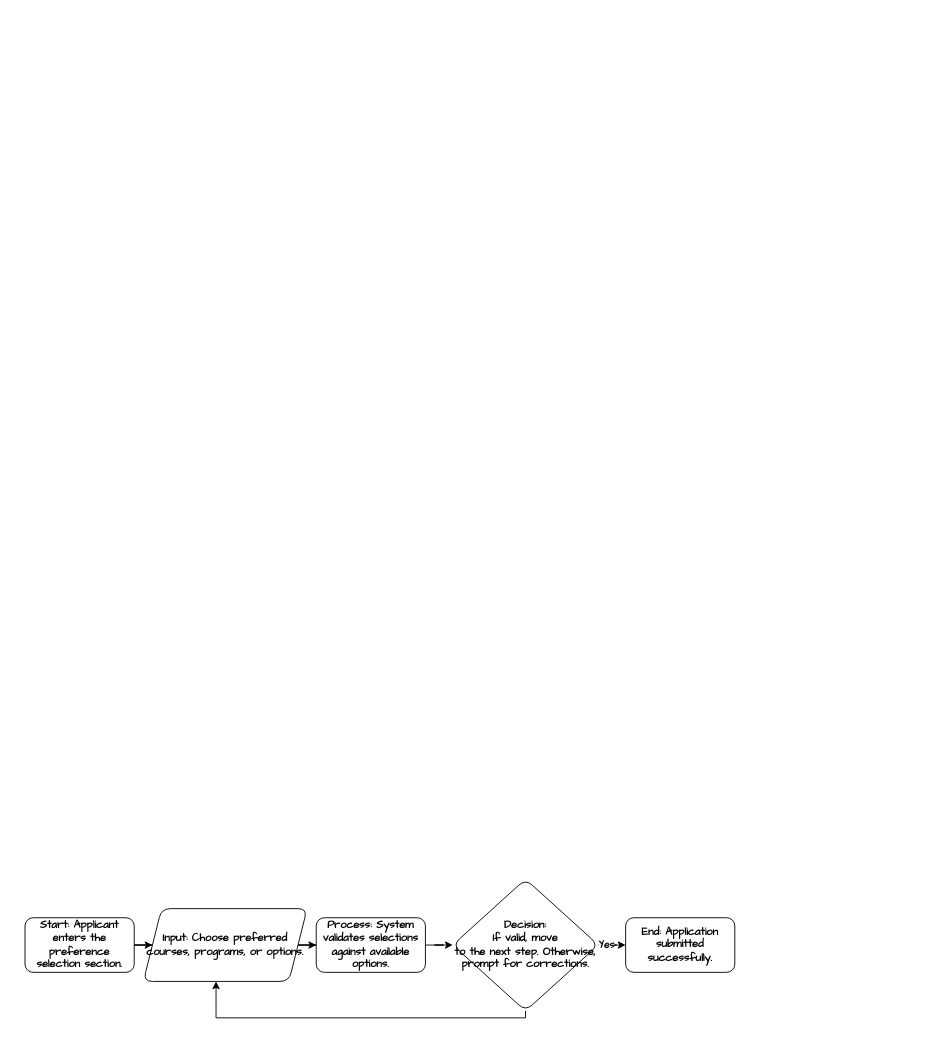
Above: Architecture.drawio in prateek1o1/draw.io (draw.io), before the change. Source tidied: cells renumbered, new cells numbered last; positions are measured from the earlier drawing's top-left corner, leaving out a move shared by most shapes. Both pictures are drawn from the tidied source at 91%, with x=0, y=0 at pixel (25, 879).
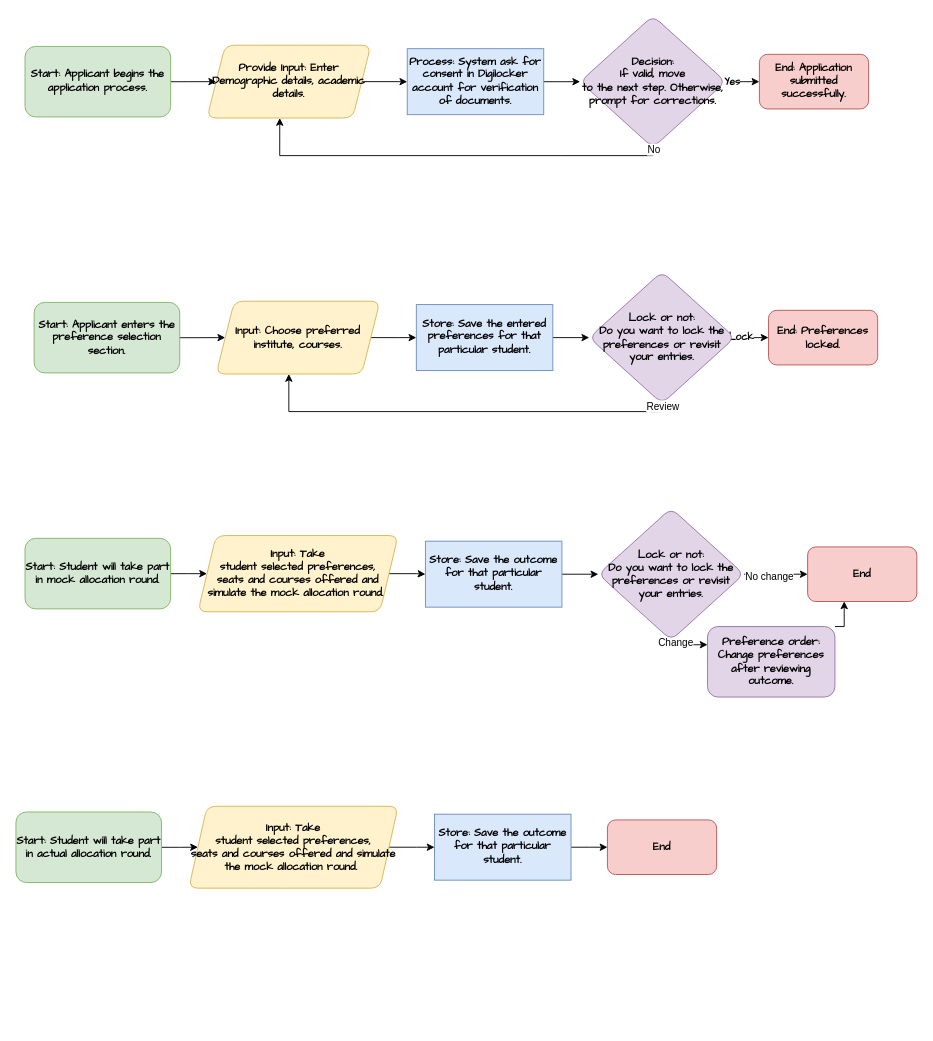
The same diagram, later.

Change to the diagram source:
```diff
@@
-    <mxCell id="2" style="edgeStyle=orthogonalEdgeStyle;rounded=0;jettySize=auto;html=1;fontStyle=1;fontFamily=Comic Sans MS;" parent="1" edge="1" source="3" target="5">
-      <mxGeometry relative="1" as="geometry" />
-    </mxCell>
-    <mxCell id="3" value="Start: Applicant enters the preference selection section." style="rounded=1;whiteSpace=wrap;html=1;align=center;fontStyle=1;fontFamily=Comic Sans MS;" parent="1" vertex="1">
-      <mxGeometry y="42" width="120" height="60" as="geometry" />
-    </mxCell>
-    <mxCell id="4" style="edgeStyle=orthogonalEdgeStyle;rounded=0;jettySize=auto;html=1;fontStyle=1;fontFamily=Comic Sans MS;" parent="1" edge="1" source="5" target="7">
-      <mxGeometry relative="1" as="geometry" />
-    </mxCell>
-    <mxCell id="5" value="Input: Choose preferred courses, programs, or options." style="shape=parallelogram;perimeter=parallelogramPerimeter;whiteSpace=wrap;html=1;fixedSize=1;align=center;rounded=1;fontStyle=1;fontFamily=Comic Sans MS;" parent="1" vertex="1">
-      <mxGeometry x="130" y="32" width="180" height="80" as="geometry" />
-    </mxCell>
-    <mxCell id="6" style="edgeStyle=orthogonalEdgeStyle;rounded=0;jettySize=auto;html=1;fontStyle=1;fontFamily=Comic Sans MS;" parent="1" edge="1" source="7" target="10">
-      <mxGeometry relative="1" as="geometry" />
-    </mxCell>
-    <mxCell id="7" value="Process: System validates selections against available options." style="rounded=1;whiteSpace=wrap;html=1;fontStyle=1;fontFamily=Comic Sans MS;" parent="1" vertex="1">
-      <mxGeometry x="320" y="42" width="120" height="60" as="geometry" />
-    </mxCell>
+    <mxCell id="13" style="edgeStyle=orthogonalEdgeStyle;rounded=0;jettySize=auto;html=1;fontStyle=1;fontFamily=Comic Sans MS;" parent="1" edge="1" source="14" target="16">
+      <mxGeometry relative="1" as="geometry" />
+    </mxCell>
+    <mxCell id="14" value="Start: Applicant begins the application process." style="rounded=1;whiteSpace=wrap;html=1;align=center;fontStyle=1;fontFamily=Comic Sans MS;fillColor=#d5e8d4;strokeColor=#82b366;" parent="1" vertex="1">
+      <mxGeometry y="-915.5" width="160" height="77.5" as="geometry" />
+    </mxCell>
+    <mxCell id="15" style="edgeStyle=orthogonalEdgeStyle;rounded=0;jettySize=auto;html=1;fontStyle=1;fontFamily=Comic Sans MS;" parent="1" edge="1" source="16" target="18">
+      <mxGeometry relative="1" as="geometry" />
+    </mxCell>
+    <mxCell id="16" value="Provide Input: Enter&lt;br&gt;Demographic details, academic details." style="shape=parallelogram;perimeter=parallelogramPerimeter;whiteSpace=wrap;html=1;fixedSize=1;align=center;rounded=1;fontStyle=1;fontFamily=Comic Sans MS;fillColor=#fff2cc;strokeColor=#d6b656;" parent="1" vertex="1">
+      <mxGeometry x="200" y="-916.8" width="180" height="80" as="geometry" />
+    </mxCell>
+    <mxCell id="17" style="edgeStyle=orthogonalEdgeStyle;rounded=0;jettySize=auto;html=1;fontStyle=1;fontFamily=Comic Sans MS;" parent="1" edge="1" source="18" target="10">
+      <mxGeometry relative="1" as="geometry" />
+    </mxCell>
+    <mxCell id="18" value="Process: System ask for consent in Digilocker account for verification of documents." style="whiteSpace=wrap;html=1;fontStyle=1;fontFamily=Comic Sans MS;fillColor=#dae8fc;strokeColor=#6c8ebf;" parent="1" vertex="1">
+      <mxGeometry x="420" y="-913" width="150" height="72.5" as="geometry" />
+    </mxCell>
@@
-    <mxCell id="10" value="Decision: &lt;br&gt;If valid, move &lt;br&gt;to the next step. Otherwise, prompt for corrections." style="rhombus;whiteSpace=wrap;html=1;rounded=1;fontStyle=1;fontFamily=Comic Sans MS;" parent="1" vertex="1">
-      <mxGeometry x="470" y="-0.5" width="160" height="145" as="geometry" />
+    <mxCell id="10" value="Decision: &lt;br&gt;If valid, move &lt;br&gt;to the next step. Otherwise, prompt for corrections." style="rhombus;whiteSpace=wrap;html=1;rounded=1;fontStyle=1;fontFamily=Comic Sans MS;fillColor=#e1d5e7;strokeColor=#9673a6;" parent="1" vertex="1">
+      <mxGeometry x="610" y="-949.2" width="160" height="145" as="geometry" />
     </mxCell>
-    <mxCell id="11" value="End: Application submitted successfully." style="whiteSpace=wrap;html=1;rounded=1;fontStyle=1;fontFamily=Comic Sans MS;" parent="1" vertex="1">
-      <mxGeometry x="660" y="42" width="120" height="60" as="geometry" />
+    <mxCell id="11" value="End: Application submitted successfully." style="whiteSpace=wrap;html=1;rounded=1;fontStyle=1;fontFamily=Comic Sans MS;fillColor=#f8cecc;strokeColor=#b85450;" parent="1" vertex="1">
+      <mxGeometry x="807" y="-906.8" width="120" height="60" as="geometry" />
     </mxCell>
-    <mxCell id="12" style="edgeStyle=orthogonalEdgeStyle;rounded=0;jettySize=auto;html=1;entryX=0.444;entryY=1;entryDx=0;entryDy=0;entryPerimeter=0;fontStyle=1;fontFamily=Comic Sans MS;exitX=0.5;exitY=1;exitDx=0;exitDy=0;" parent="1" edge="1" source="10" target="5">
-      <mxGeometry relative="1" as="geometry">
-        <Array as="points">
-          <mxPoint x="550" y="152" />
-          <mxPoint x="210" y="152" />
-        </Array>
-      </mxGeometry>
-    </mxCell>
+    <mxCell id="19" style="edgeStyle=orthogonalEdgeStyle;rounded=0;jettySize=auto;html=1;entryX=0.444;entryY=1;entryDx=0;entryDy=0;entryPerimeter=0;fontStyle=1;fontFamily=Comic Sans MS;exitX=0.5;exitY=1;exitDx=0;exitDy=0;" parent="1" edge="1" source="10" target="16">
+      <mxGeometry relative="1" as="geometry">
+        <Array as="points">
+          <mxPoint x="590" y="-795.5" />
+          <mxPoint x="250" y="-795.5" />
+        </Array>
+      </mxGeometry>
+    </mxCell>
+    <mxCell id="20" value="No" style="edgeLabel;html=1;align=center;verticalAlign=middle;" parent="19" vertex="1">
+      <mxGeometry x="-0.99" relative="1" as="geometry" />
+    </mxCell>
+    <mxCell id="21" style="edgeStyle=orthogonalEdgeStyle;rounded=0;jettySize=auto;html=1;fontStyle=1;fontFamily=Comic Sans MS;" parent="1" edge="1" source="3" target="23">
+      <mxGeometry relative="1" as="geometry" />
+    </mxCell>
+    <mxCell id="3" value="Start: Applicant enters the preference selection section." style="rounded=1;whiteSpace=wrap;html=1;align=center;fontStyle=1;fontFamily=Comic Sans MS;fillColor=#d5e8d4;strokeColor=#82b366;" parent="1" vertex="1">
+      <mxGeometry x="10" y="-634.2" width="160" height="77.5" as="geometry" />
+    </mxCell>
+    <mxCell id="22" style="edgeStyle=orthogonalEdgeStyle;rounded=0;jettySize=auto;html=1;fontStyle=1;fontFamily=Comic Sans MS;" parent="1" edge="1" source="23" target="25">
+      <mxGeometry relative="1" as="geometry" />
+    </mxCell>
+    <mxCell id="23" value="Input: Choose preferred institute, courses." style="shape=parallelogram;perimeter=parallelogramPerimeter;whiteSpace=wrap;html=1;fixedSize=1;align=center;rounded=1;fontStyle=1;fontFamily=Comic Sans MS;fillColor=#fff2cc;strokeColor=#d6b656;" parent="1" vertex="1">
+      <mxGeometry x="210" y="-635.5" width="180" height="80" as="geometry" />
+    </mxCell>
+    <mxCell id="24" style="edgeStyle=orthogonalEdgeStyle;rounded=0;jettySize=auto;html=1;fontStyle=1;fontFamily=Comic Sans MS;" parent="1" edge="1" source="25" target="28">
+      <mxGeometry relative="1" as="geometry" />
+    </mxCell>
+    <mxCell id="25" value="Store: Save the entered preferences for that particular student." style="whiteSpace=wrap;html=1;fontStyle=1;fontFamily=Comic Sans MS;fillColor=#dae8fc;strokeColor=#6c8ebf;" parent="1" vertex="1">
+      <mxGeometry x="430" y="-631.8" width="150" height="72.5" as="geometry" />
+    </mxCell>
+    <mxCell id="26" style="edgeStyle=orthogonalEdgeStyle;rounded=0;jettySize=auto;html=1;fontStyle=1;fontFamily=Comic Sans MS;" parent="1" edge="1" source="28" target="29">
+      <mxGeometry relative="1" as="geometry" />
+    </mxCell>
+    <mxCell id="27" value="Lock" style="edgeLabel;html=1;align=center;verticalAlign=middle;fontStyle=1;fontFamily=Comic Sans MS;" parent="26" vertex="1">
+      <mxGeometry x="-0.7" y="1" relative="1" as="geometry" />
+    </mxCell>
+    <mxCell id="28" value="Lock or not: &lt;br&gt;Do you want to lock the preferences or revisit your entries." style="rhombus;whiteSpace=wrap;html=1;rounded=1;fontStyle=1;fontFamily=Comic Sans MS;fillColor=#e1d5e7;strokeColor=#9673a6;" parent="1" vertex="1">
+      <mxGeometry x="620" y="-668" width="160" height="145" as="geometry" />
+    </mxCell>
+    <mxCell id="29" value="End: Preferences locked." style="whiteSpace=wrap;html=1;rounded=1;fontStyle=1;fontFamily=Comic Sans MS;fillColor=#f8cecc;strokeColor=#b85450;" parent="1" vertex="1">
+      <mxGeometry x="817" y="-625.5" width="120" height="60" as="geometry" />
+    </mxCell>
+    <mxCell id="30" style="edgeStyle=orthogonalEdgeStyle;rounded=0;jettySize=auto;html=1;entryX=0.444;entryY=1;entryDx=0;entryDy=0;entryPerimeter=0;fontStyle=1;fontFamily=Comic Sans MS;exitX=0.5;exitY=1;exitDx=0;exitDy=0;" parent="1" edge="1" source="28" target="23">
+      <mxGeometry relative="1" as="geometry">
+        <Array as="points">
+          <mxPoint x="600" y="-514.2" />
+          <mxPoint x="260" y="-514.2" />
+        </Array>
+      </mxGeometry>
+    </mxCell>
+    <mxCell id="31" value="Review" style="edgeLabel;html=1;align=center;verticalAlign=middle;" parent="30" vertex="1">
+      <mxGeometry x="-0.99" relative="1" as="geometry" />
+    </mxCell>
+    <mxCell id="32" style="edgeStyle=orthogonalEdgeStyle;rounded=0;jettySize=auto;html=1;fontStyle=1;fontFamily=Comic Sans MS;" parent="1" edge="1" source="33" target="35">
+      <mxGeometry relative="1" as="geometry" />
+    </mxCell>
+    <mxCell id="33" value="Start: Student will take part in mock allocation round." style="rounded=1;whiteSpace=wrap;html=1;align=center;fontStyle=1;fontFamily=Comic Sans MS;fillColor=#d5e8d4;strokeColor=#82b366;" parent="1" vertex="1">
+      <mxGeometry y="-374.9" width="160" height="77.5" as="geometry" />
+    </mxCell>
+    <mxCell id="34" style="edgeStyle=orthogonalEdgeStyle;rounded=0;jettySize=auto;html=1;fontStyle=1;fontFamily=Comic Sans MS;" parent="1" edge="1" source="35" target="37">
+      <mxGeometry relative="1" as="geometry" />
+    </mxCell>
+    <mxCell id="35" value="Input: Take &lt;br&gt;student selected preferences, &lt;br&gt;seats and courses offered and simulate the mock allocation round.&amp;nbsp;" style="shape=parallelogram;perimeter=parallelogramPerimeter;whiteSpace=wrap;html=1;fixedSize=1;align=center;rounded=1;fontStyle=1;fontFamily=Comic Sans MS;fillColor=#fff2cc;strokeColor=#d6b656;" parent="1" vertex="1">
+      <mxGeometry x="190" y="-378" width="220" height="83.8" as="geometry" />
+    </mxCell>
+    <mxCell id="36" style="edgeStyle=orthogonalEdgeStyle;rounded=0;jettySize=auto;html=1;fontStyle=1;fontFamily=Comic Sans MS;" parent="1" edge="1" source="37" target="42">
+      <mxGeometry relative="1" as="geometry" />
+    </mxCell>
+    <mxCell id="37" value="Store: Save the outcome for that particular student." style="whiteSpace=wrap;html=1;fontStyle=1;fontFamily=Comic Sans MS;fillColor=#dae8fc;strokeColor=#6c8ebf;" parent="1" vertex="1">
+      <mxGeometry x="440" y="-371.8" width="150" height="72.5" as="geometry" />
+    </mxCell>
+    <mxCell id="38" style="edgeStyle=orthogonalEdgeStyle;rounded=0;jettySize=auto;html=1;fontStyle=1;fontFamily=Comic Sans MS;" parent="1" edge="1" source="42" target="43">
+      <mxGeometry relative="1" as="geometry" />
+    </mxCell>
+    <mxCell id="39" value="No change" style="edgeLabel;html=1;align=center;verticalAlign=middle;" parent="38" vertex="1">
+      <mxGeometry x="-0.71" y="-2" relative="1" as="geometry">
+        <mxPoint x="17" as="offset" />
+      </mxGeometry>
+    </mxCell>
+    <mxCell id="40" style="edgeStyle=orthogonalEdgeStyle;rounded=0;jettySize=auto;html=1;" parent="1" edge="1" source="42" target="44">
+      <mxGeometry relative="1" as="geometry">
+        <Array as="points">
+          <mxPoint x="710" y="-258" />
+          <mxPoint x="760" y="-258" />
+        </Array>
+      </mxGeometry>
+    </mxCell>
+    <mxCell id="41" value="Change" style="edgeLabel;html=1;align=center;verticalAlign=middle;" parent="40" vertex="1">
+      <mxGeometry x="-0.58" y="3" relative="1" as="geometry" />
+    </mxCell>
+    <mxCell id="42" value="Lock or not: &lt;br&gt;Do you want to lock the preferences or revisit your entries." style="rhombus;whiteSpace=wrap;html=1;rounded=1;fontStyle=1;fontFamily=Comic Sans MS;fillColor=#e1d5e7;strokeColor=#9673a6;" parent="1" vertex="1">
+      <mxGeometry x="630" y="-408" width="160" height="145" as="geometry" />
+    </mxCell>
+    <mxCell id="43" value="End" style="whiteSpace=wrap;html=1;rounded=1;fontStyle=1;fontFamily=Comic Sans MS;fillColor=#f8cecc;strokeColor=#b85450;" parent="1" vertex="1">
+      <mxGeometry x="860" y="-365.5" width="120" height="60" as="geometry" />
+    </mxCell>
+    <mxCell id="44" value="Preference order: Change preferences after reviewing outcome." style="whiteSpace=wrap;html=1;fontFamily=Comic Sans MS;fillColor=#e1d5e7;strokeColor=#9673a6;rounded=1;fontStyle=1;" parent="1" vertex="1">
+      <mxGeometry x="750" y="-278" width="140" height="77.5" as="geometry" />
+    </mxCell>
+    <mxCell id="45" style="edgeStyle=orthogonalEdgeStyle;rounded=0;jettySize=auto;html=1;exitX=1;exitY=0;exitDx=0;exitDy=0;entryX=0.335;entryY=0.998;entryDx=0;entryDy=0;entryPerimeter=0;" parent="1" edge="1" source="44" target="43">
+      <mxGeometry relative="1" as="geometry" />
+    </mxCell>
+    <mxCell id="46" style="edgeStyle=orthogonalEdgeStyle;rounded=0;jettySize=auto;html=1;fontStyle=1;fontFamily=Comic Sans MS;" parent="1" edge="1" source="47" target="49">
+      <mxGeometry relative="1" as="geometry" />
+    </mxCell>
+    <mxCell id="47" value="Start: Student will take part in actual allocation round." style="rounded=1;whiteSpace=wrap;html=1;align=center;fontStyle=1;fontFamily=Comic Sans MS;fillColor=#d5e8d4;strokeColor=#82b366;" parent="1" vertex="1">
+      <mxGeometry x="-10" y="-74.2" width="160" height="77.5" as="geometry" />
+    </mxCell>
+    <mxCell id="48" style="edgeStyle=orthogonalEdgeStyle;rounded=0;jettySize=auto;html=1;fontStyle=1;fontFamily=Comic Sans MS;" parent="1" edge="1" source="49" target="51">
+      <mxGeometry relative="1" as="geometry" />
+    </mxCell>
+    <mxCell id="49" value="Input: Take &lt;br&gt;student selected preferences, &lt;br&gt;seats and courses offered and simulate the mock allocation round.&amp;nbsp;" style="shape=parallelogram;perimeter=parallelogramPerimeter;whiteSpace=wrap;html=1;fixedSize=1;align=center;rounded=1;fontStyle=1;fontFamily=Comic Sans MS;fillColor=#fff2cc;strokeColor=#d6b656;" parent="1" vertex="1">
+      <mxGeometry x="180" y="-80.5" width="230" height="90" as="geometry" />
+    </mxCell>
+    <mxCell id="50" style="edgeStyle=orthogonalEdgeStyle;rounded=0;jettySize=auto;html=1;fontStyle=1;fontFamily=Comic Sans MS;" parent="1" edge="1" source="51">
+      <mxGeometry relative="1" as="geometry">
+        <mxPoint x="640" y="-35.5" as="targetPoint" />
+      </mxGeometry>
+    </mxCell>
+    <mxCell id="51" value="Store: Save the outcome for that particular student." style="whiteSpace=wrap;html=1;fontStyle=1;fontFamily=Comic Sans MS;fillColor=#dae8fc;strokeColor=#6c8ebf;" parent="1" vertex="1">
+      <mxGeometry x="450" y="-71.8" width="150" height="72.5" as="geometry" />
+    </mxCell>
+    <mxCell id="52" value="End" style="whiteSpace=wrap;html=1;rounded=1;fontStyle=1;fontFamily=Comic Sans MS;fillColor=#f8cecc;strokeColor=#b85450;" parent="1" vertex="1">
+      <mxGeometry x="640" y="-65.5" width="120" height="60" as="geometry" />
+    </mxCell>
```
